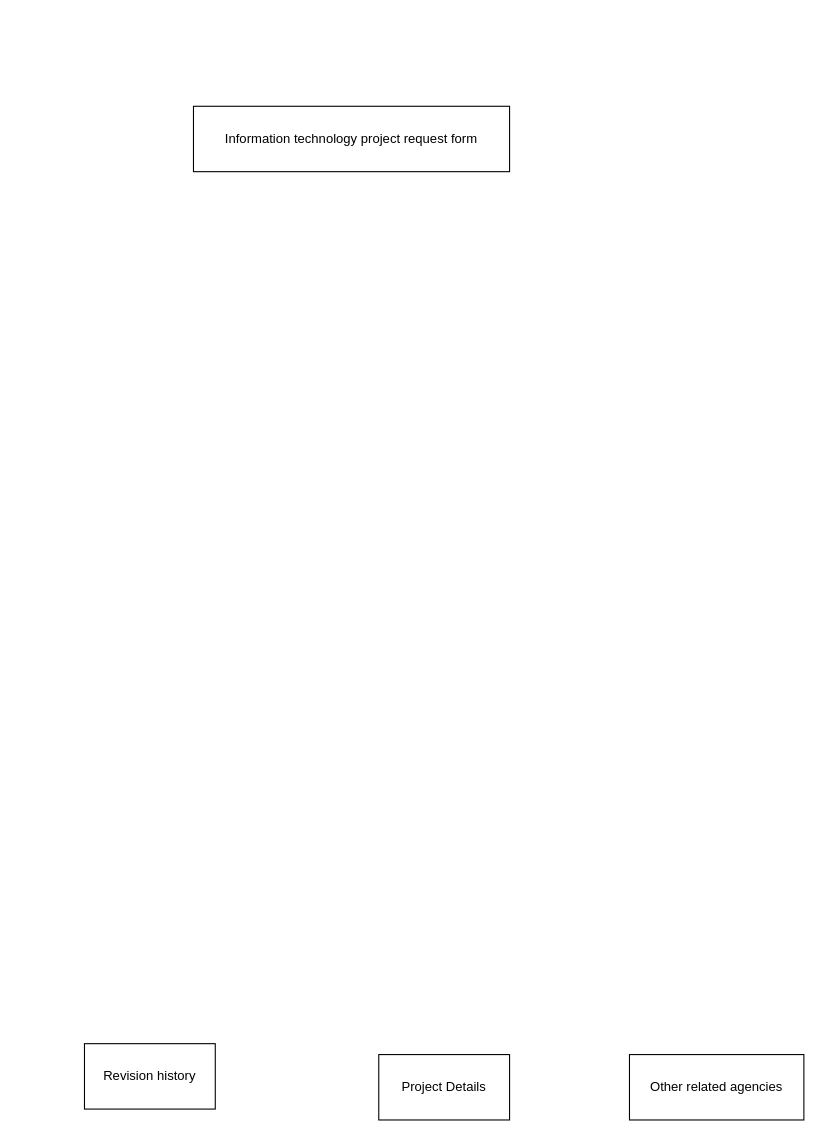
Earlier version of the draw.io diagram Untitled Diagram.drawio (RAZENGUNAHHH/Login_Resgister). Source tidied: cells renumbered, new cells numbered last; positions are measured from the earlier drawing's top-left corner, leaving out a move shared by most shapes. Both pictures are drawn from the tidied source at 109%, with x=0, y=0 at pixel (84, 106).
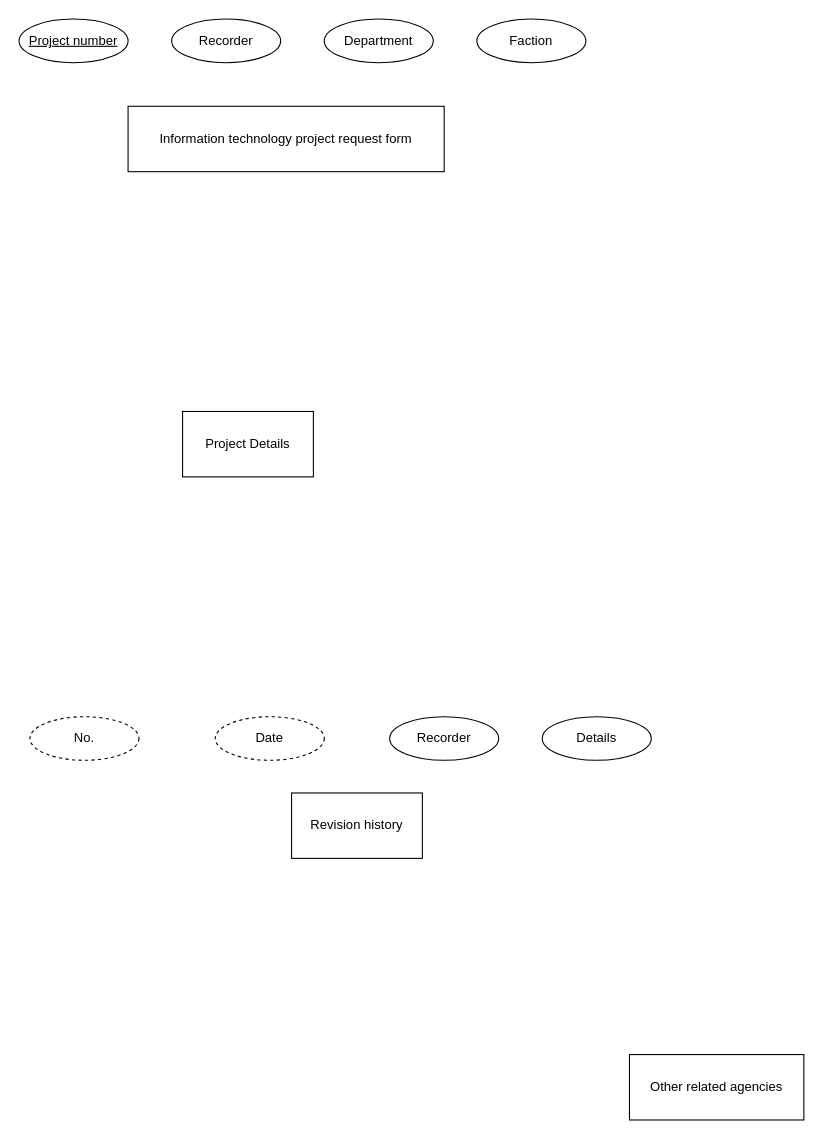
Above is the later version.

The edit, as a diff of the source:
```diff
@@
 <mxGraphModel>
   <root>
     <mxCell id="0" />
     <mxCell id="1" parent="0" />
     <mxCell id="2" value="Information technology project request form" style="rounded=0;whiteSpace=wrap;html=1;" parent="1" vertex="1">
-      <mxGeometry x="100" width="290" height="60" as="geometry" />
+      <mxGeometry x="40" width="290" height="60" as="geometry" />
     </mxCell>
     <mxCell id="3" value="Revision history" style="rounded=0;whiteSpace=wrap;html=1;" parent="1" vertex="1">
-      <mxGeometry y="860" width="120" height="60" as="geometry" />
+      <mxGeometry x="190" y="630" width="120" height="60" as="geometry" />
     </mxCell>
-    <mxCell id="4" value="Project Details" style="rounded=0;whiteSpace=wrap;html=1;" parent="1" vertex="1">
-      <mxGeometry x="270" y="870" width="120" height="60" as="geometry" />
+    <mxCell id="4" value="Project Details" style="rounded=0;whiteSpace=wrap;html=1;shadow=0;" parent="1" vertex="1">
+      <mxGeometry x="90" y="280" width="120" height="60" as="geometry" />
     </mxCell>
     <mxCell id="5" value="Other related agencies" style="whiteSpace=wrap;html=1;" parent="1" vertex="1">
       <mxGeometry x="500" y="870" width="160" height="60" as="geometry" />
     </mxCell>
+    <mxCell id="6" value="Project number" style="ellipse;whiteSpace=wrap;html=1;align=center;fontStyle=4;" parent="1" vertex="1">
+      <mxGeometry x="-60" y="-80" width="100" height="40" as="geometry" />
+    </mxCell>
+    <mxCell id="7" value="Department" style="ellipse;whiteSpace=wrap;html=1;align=center;" parent="1" vertex="1">
+      <mxGeometry x="220" y="-80" width="100" height="40" as="geometry" />
+    </mxCell>
+    <mxCell id="8" value="Faction" style="ellipse;whiteSpace=wrap;html=1;align=center;" parent="1" vertex="1">
+      <mxGeometry x="360" y="-80" width="100" height="40" as="geometry" />
+    </mxCell>
+    <mxCell id="9" value="Recorder" style="ellipse;whiteSpace=wrap;html=1;align=center;" parent="1" vertex="1">
+      <mxGeometry x="80" y="-80" width="100" height="40" as="geometry" />
+    </mxCell>
+    <mxCell id="10" value="No." style="ellipse;whiteSpace=wrap;html=1;align=center;dashed=1;" parent="1" vertex="1">
+      <mxGeometry x="-50" y="560" width="100" height="40" as="geometry" />
+    </mxCell>
+    <mxCell id="11" value="Date" style="ellipse;whiteSpace=wrap;html=1;align=center;dashed=1;" parent="1" vertex="1">
+      <mxGeometry x="120" y="560" width="100" height="40" as="geometry" />
+    </mxCell>
+    <mxCell id="12" value="Recorder" style="ellipse;whiteSpace=wrap;html=1;align=center;" parent="1" vertex="1">
+      <mxGeometry x="280" y="560" width="100" height="40" as="geometry" />
+    </mxCell>
+    <mxCell id="13" value="Details" style="ellipse;whiteSpace=wrap;html=1;align=center;" parent="1" vertex="1">
+      <mxGeometry x="420" y="560" width="100" height="40" as="geometry" />
+    </mxCell>
   </root>
 </mxGraphModel>
```
